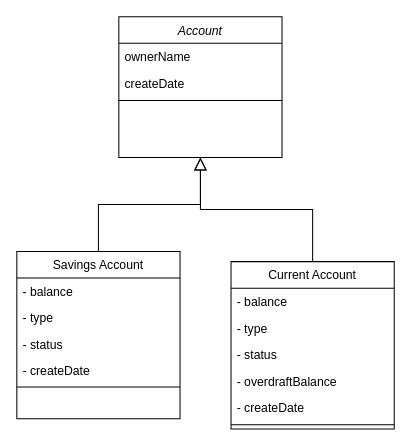
The draw.io diagram assessment1_uml.drawio in aneeshpotnistcs/assessment-1, before the edit. Source tidied: cells renumbered, new cells numbered last; positions are measured from the earlier drawing's top-left corner, leaving out a move shared by most shapes. Both pictures are drawn from the tidied source at 102%, with x=0, y=0 at pixel (16, 16).
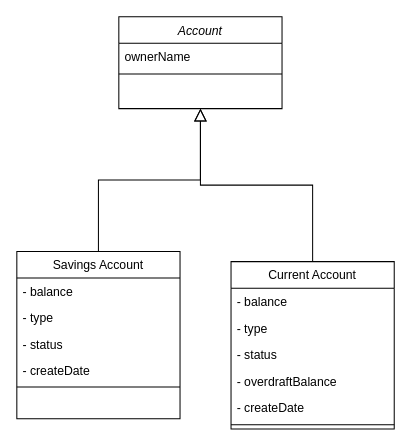
The same page after the edit.

Change to the diagram source:
```diff
@@
     <mxCell id="2" value="Account" style="swimlane;fontStyle=2;align=center;verticalAlign=top;horizontal=1;startSize=26;rounded=0;shadow=0;strokeWidth=1;" parent="1" vertex="1">
-      <mxGeometry x="100" width="160" height="138" as="geometry" />
+      <mxGeometry x="100" width="160" height="90" as="geometry" />
     </mxCell>
@@
-    <mxCell id="4" value="createDate" style="text;align=left;verticalAlign=top;spacingLeft=4;spacingRight=4;overflow=hidden;rounded=0;shadow=0;html=0;" parent="2" vertex="1">
-      <mxGeometry y="52" width="160" height="26" as="geometry" />
-    </mxCell>
     <mxCell id="5" style="line;html=1;strokeWidth=1;align=left;verticalAlign=middle;spacingTop=-1;spacingLeft=3;spacingRight=3;labelPosition=right;" parent="2" vertex="1">
-      <mxGeometry y="78" width="160" height="8" as="geometry" />
+      <mxGeometry y="52" width="160" height="8" as="geometry" />
     </mxCell>
```
